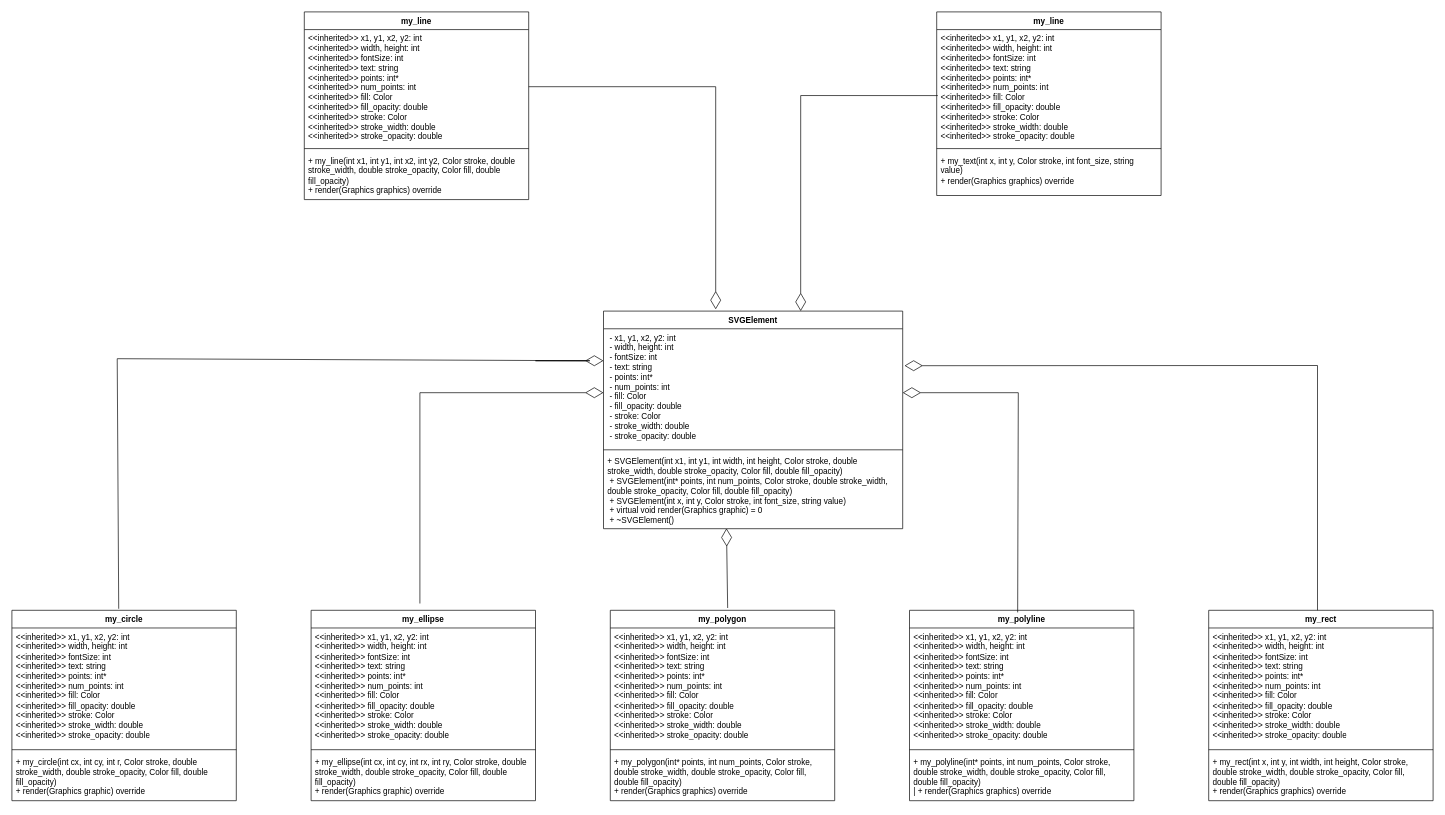
Above: Demo1.drawio in Low-rain-falls/SVG_reader (draw.io), before the change. Source tidied: cells renumbered, new cells numbered last; positions are measured from the earlier drawing's top-left corner, leaving out a move shared by most shapes. Both pictures are drawn from the tidied source at 68%, with x=0, y=0 at pixel (12, 12).
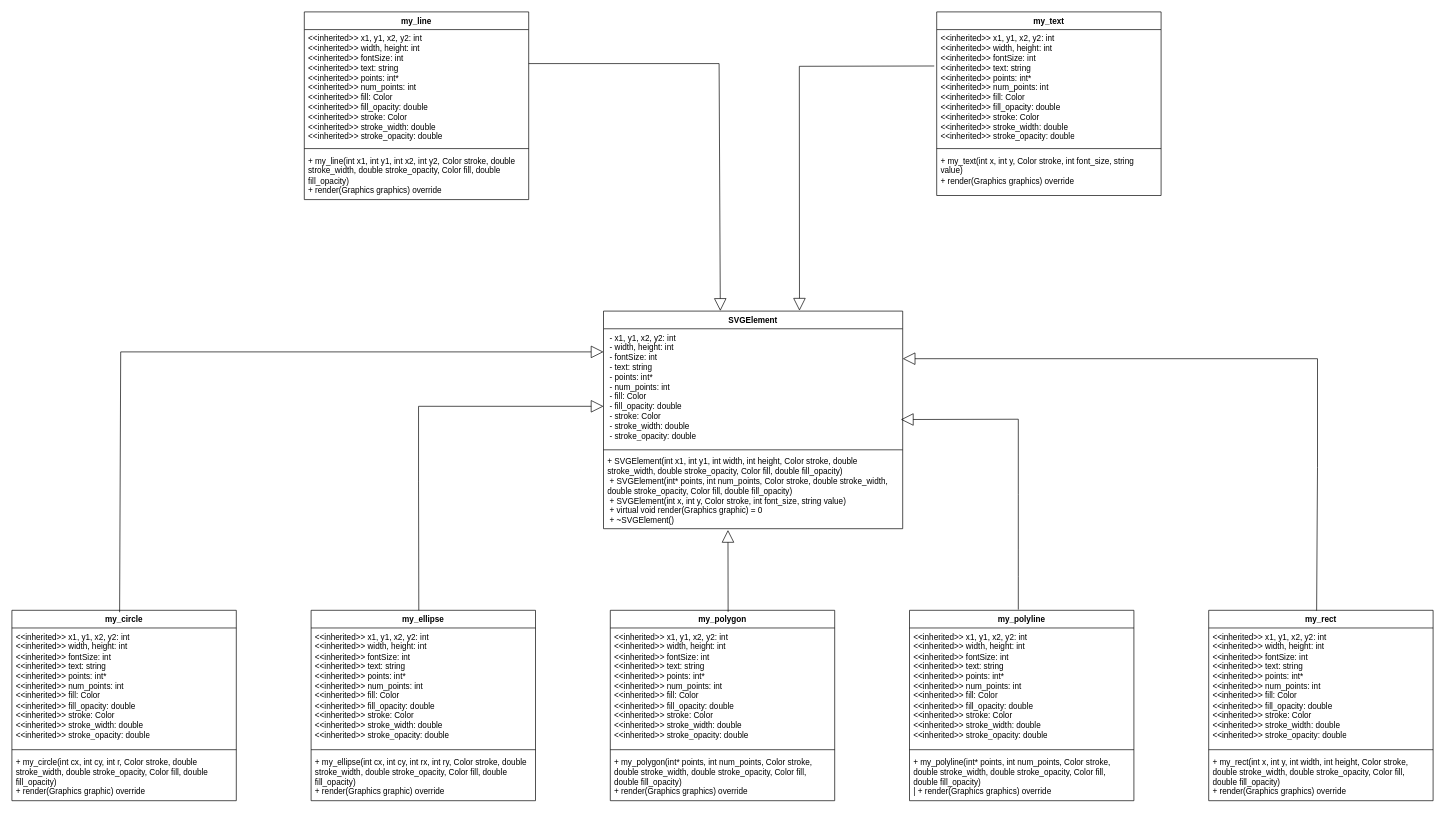
The same diagram, later.

The change refers to these unchanged cells:
```xml
<mxCell id="2" value="SVGElement" style="swimlane;fontStyle=1;align=center;verticalAlign=top;horizontal=1;startSize=26;whiteSpace=wrap;html=1;" parent="1" vertex="1">
  <mxGeometry x="870" y="440" width="440" height="320" as="geometry" />
</mxCell>
<mxCell id="3" value="&amp;nbsp;- x1, y1, x2, y2: int&lt;br style=&quot;padding: 0px; margin: 0px;&quot;&gt;&amp;nbsp;- width, height: int&lt;br style=&quot;padding: 0px; margin: 0px;&quot;&gt;&amp;nbsp;- fontSize: int&lt;br style=&quot;padding: 0px; margin: 0px;&quot;&gt;&amp;nbsp;- text: string&lt;br style=&quot;padding: 0px; margin: 0px;&quot;&gt;&amp;nbsp;- points: int*&lt;br style=&quot;padding: 0px; margin: 0px;&quot;&gt;&amp;nbsp;- num_points: int&lt;br style=&quot;padding: 0px; margin: 0px;&quot;&gt;&amp;nbsp;- fill: Color&lt;br style=&quot;padding: 0px; margin: 0px;&quot;&gt;&amp;nbsp;- fill_opacity: double&lt;br style=&quot;padding: 0px; margin: 0px;&quot;&gt;&amp;nbsp;- stroke: Color&lt;br style=&quot;padding: 0px; margin: 0px;&quot;&gt;&amp;nbsp;- stroke_width: double&lt;br style=&quot;padding: 0px; margin: 0px;&quot;&gt;&amp;nbsp;- stroke_opacity: double" style="text;strokeColor=none;fillColor=none;align=left;verticalAlign=top;spacingLeft=4;spacingRight=4;overflow=hidden;points=[[0,0.5],[1,0.5]];portConstraint=eastwest;whiteSpace=wrap;html=1;" parent="2" vertex="1">
  <mxGeometry y="26" width="440" height="174" as="geometry" />
</mxCell>
<mxCell id="5" value="+ SVGElement(int x1, int y1, int width, int height, Color stroke, double stroke_width, double stroke_opacity, Color fill, double fill_opacity)&lt;br style=&quot;padding: 0px; margin: 0px;&quot;&gt;&amp;nbsp;+ SVGElement(int* points, int num_points, Color stroke, double stroke_width, double stroke_opacity, Color fill, double fill_opacity)&lt;br style=&quot;padding: 0px; margin: 0px;&quot;&gt;&amp;nbsp;+ SVGElement(int x, int y, Color stroke, int font_size, string value)&lt;br style=&quot;padding: 0px; margin: 0px;&quot;&gt;&amp;nbsp;+ virtual void render(Graphics graphic) = 0&lt;br style=&quot;padding: 0px; margin: 0px;&quot;&gt;&amp;nbsp;+ ~SVGElement()" style="text;strokeColor=none;fillColor=none;align=left;verticalAlign=top;spacingLeft=4;spacingRight=4;overflow=hidden;points=[[0,0.5],[1,0.5]];portConstraint=eastwest;whiteSpace=wrap;html=1;" parent="2" vertex="1">
  <mxGeometry y="208" width="440" height="112" as="geometry" />
</mxCell>
<mxCell id="6" value="my_circle" style="swimlane;fontStyle=1;align=center;verticalAlign=top;horizontal=1;startSize=26;whiteSpace=wrap;html=1;" parent="1" vertex="1">
  <mxGeometry y="880" width="330" height="280" as="geometry" />
</mxCell>
<mxCell id="10" value="my_ellipse" style="swimlane;fontStyle=1;align=center;verticalAlign=top;horizontal=1;startSize=26;whiteSpace=wrap;html=1;" parent="1" vertex="1">
  <mxGeometry x="440" y="880" width="330" height="280" as="geometry" />
</mxCell>
<mxCell id="14" value="my_polygon" style="swimlane;fontStyle=1;align=center;verticalAlign=top;horizontal=1;startSize=26;whiteSpace=wrap;html=1;" parent="1" vertex="1">
  <mxGeometry x="880" y="880" width="330" height="280" as="geometry" />
</mxCell>
<mxCell id="18" value="my_polyline" style="swimlane;fontStyle=1;align=center;verticalAlign=top;horizontal=1;startSize=26;whiteSpace=wrap;html=1;" parent="1" vertex="1">
  <mxGeometry x="1320" y="880" width="330" height="280" as="geometry" />
</mxCell>
<mxCell id="22" value="my_rect" style="swimlane;fontStyle=1;align=center;verticalAlign=top;horizontal=1;startSize=26;whiteSpace=wrap;html=1;" parent="1" vertex="1">
  <mxGeometry x="1760" y="880" width="330" height="280" as="geometry" />
</mxCell>
<mxCell id="36" value="&amp;lt;&amp;lt;inherited&amp;gt;&amp;gt; x1, y1, x2, y2: int&lt;br style=&quot;padding: 0px; margin: 0px;&quot;&gt;&amp;lt;&amp;lt;inherited&amp;gt;&amp;gt; width, height: int&lt;br style=&quot;padding: 0px; margin: 0px;&quot;&gt;&amp;lt;&amp;lt;inherited&amp;gt;&amp;gt; fontSize: int&lt;br style=&quot;padding: 0px; margin: 0px;&quot;&gt;&amp;lt;&amp;lt;inherited&amp;gt;&amp;gt; text: string&lt;br style=&quot;padding: 0px; margin: 0px;&quot;&gt;&amp;lt;&amp;lt;inherited&amp;gt;&amp;gt; points: int*&lt;br style=&quot;padding: 0px; margin: 0px;&quot;&gt;&amp;lt;&amp;lt;inherited&amp;gt;&amp;gt; num_points: int&lt;br style=&quot;padding: 0px; margin: 0px;&quot;&gt;&amp;lt;&amp;lt;inherited&amp;gt;&amp;gt;&amp;nbsp;fill: Color&lt;br style=&quot;padding: 0px; margin: 0px;&quot;&gt;&amp;lt;&amp;lt;inherited&amp;gt;&amp;gt;&amp;nbsp;fill_opacity: double&lt;br style=&quot;padding: 0px; margin: 0px;&quot;&gt;&amp;lt;&amp;lt;inherited&amp;gt;&amp;gt;&amp;nbsp;stroke: Color&lt;br style=&quot;padding: 0px; margin: 0px;&quot;&gt;&amp;lt;&amp;lt;inherited&amp;gt;&amp;gt;&amp;nbsp;stroke_width: double&lt;br style=&quot;padding: 0px; margin: 0px;&quot;&gt;&amp;lt;&amp;lt;inherited&amp;gt;&amp;gt;&amp;nbsp;stroke_opacity: double" style="text;strokeColor=none;fillColor=none;align=left;verticalAlign=top;spacingLeft=4;spacingRight=4;overflow=hidden;points=[[0,0.5],[1,0.5]];portConstraint=eastwest;whiteSpace=wrap;html=1;" parent="35" vertex="1">
  <mxGeometry y="26" width="330" height="170" as="geometry" />
</mxCell>
```

Change to the diagram source:
```diff
@@
-    <mxCell id="26" style="endArrow=diamondThin;endFill=0;endSize=24;html=1;rounded=0;exitX=0.476;exitY=-0.008;exitDx=0;exitDy=0;entryX=0.023;entryY=0.77;entryDx=0;entryDy=0;entryPerimeter=0;exitPerimeter=0;" parent="1" edge="1" source="6">
-      <mxGeometry relative="1" as="geometry">
-        <mxPoint x="870" y="513" as="targetPoint" />
-        <Array as="points">
-          <mxPoint x="154.9" y="510" />
-          <mxPoint x="849.9" y="513" />
-          <mxPoint x="769.9" y="513" />
-        </Array>
-      </mxGeometry>
-    </mxCell>
-    <mxCell id="27" style="endArrow=diamondThin;endFill=0;endSize=24;html=1;rounded=0;" parent="1" edge="1">
-      <mxGeometry relative="1" as="geometry">
-        <mxPoint x="600" y="870" as="sourcePoint" />
-        <mxPoint x="870" y="560" as="targetPoint" />
-        <Array as="points">
-          <mxPoint x="600" y="560" />
-        </Array>
-      </mxGeometry>
-    </mxCell>
-    <mxCell id="28" style="endArrow=diamondThin;endFill=0;endSize=24;html=1;rounded=0;entryX=0.411;entryY=0.995;entryDx=0;entryDy=0;entryPerimeter=0;exitX=0.523;exitY=-0.012;exitDx=0;exitDy=0;exitPerimeter=0;" parent="1" edge="1" source="14" target="5">
-      <mxGeometry relative="1" as="geometry" />
-    </mxCell>
-    <mxCell id="29" style="endArrow=diamondThin;endFill=0;endSize=24;html=1;rounded=0;exitX=0.482;exitY=0.011;exitDx=0;exitDy=0;exitPerimeter=0;" parent="1" edge="1" source="18">
-      <mxGeometry relative="1" as="geometry">
-        <mxPoint x="1310" y="560" as="targetPoint" />
-        <Array as="points">
-          <mxPoint x="1480" y="560" />
-        </Array>
-      </mxGeometry>
-    </mxCell>
-    <mxCell id="30" style="endArrow=diamondThin;endFill=0;endSize=24;html=1;rounded=0;entryX=1.006;entryY=0.312;entryDx=0;entryDy=0;entryPerimeter=0;" parent="1" edge="1" target="3">
-      <mxGeometry relative="1" as="geometry">
-        <mxPoint x="1920" y="880" as="sourcePoint" />
-        <Array as="points">
-          <mxPoint x="1920" y="520" />
-        </Array>
-      </mxGeometry>
-    </mxCell>
@@
-    <mxCell id="35" value="my_line" style="swimlane;fontStyle=1;align=center;verticalAlign=top;horizontal=1;startSize=26;whiteSpace=wrap;html=1;" parent="1" vertex="1">
+    <mxCell id="35" value="my_text&lt;div&gt;&lt;br&gt;&lt;/div&gt;" style="swimlane;fontStyle=1;align=center;verticalAlign=top;horizontal=1;startSize=26;whiteSpace=wrap;html=1;" parent="1" vertex="1">
       <mxGeometry x="1360" width="330" height="270" as="geometry" />
     </mxCell>
@@
-    <mxCell id="39" style="endArrow=diamondThin;endFill=0;endSize=24;html=1;rounded=0;entryX=0.375;entryY=-0.008;entryDx=0;entryDy=0;entryPerimeter=0;" parent="1" edge="1" target="2">
-      <mxGeometry relative="1" as="geometry">
-        <mxPoint x="760" y="110" as="sourcePoint" />
-        <Array as="points">
-          <mxPoint x="1035" y="110" />
-        </Array>
-      </mxGeometry>
-    </mxCell>
+    <mxCell id="41" style="endArrow=block;endSize=16;endFill=0;html=1;rounded=0;exitX=0.48;exitY=0.01;exitDx=0;exitDy=0;exitPerimeter=0;" parent="1" edge="1" source="6">
+      <mxGeometry x="-0.01" relative="1" as="geometry">
+        <mxPoint x="870" y="500" as="targetPoint" />
+        <Array as="points">
+          <mxPoint x="160" y="500" />
+        </Array>
+      </mxGeometry>
+    </mxCell>
+    <mxCell id="42" style="endArrow=block;endSize=16;endFill=0;html=1;rounded=0;exitX=0.48;exitY=0;exitDx=0;exitDy=0;exitPerimeter=0;" parent="1" edge="1" source="10">
+      <mxGeometry x="-0.01" relative="1" as="geometry">
+        <mxPoint x="870" y="580" as="targetPoint" />
+        <Array as="points">
+          <mxPoint x="598" y="690" />
+          <mxPoint x="598" y="580" />
+        </Array>
+      </mxGeometry>
+    </mxCell>
+    <mxCell id="28" style="endArrow=block;endSize=16;endFill=0;html=1;rounded=0;entryX=0.416;entryY=1.017;entryDx=0;entryDy=0;entryPerimeter=0;exitX=0.525;exitY=0.008;exitDx=0;exitDy=0;exitPerimeter=0;" parent="1" edge="1" source="14" target="5">
+      <mxGeometry x="-0.01" relative="1" as="geometry" />
+    </mxCell>
+    <mxCell id="43" style="endArrow=block;endSize=16;endFill=0;html=1;rounded=0;entryX=0.994;entryY=0.767;entryDx=0;entryDy=0;entryPerimeter=0;" parent="1" edge="1" target="3">
+      <mxGeometry x="-0.01" relative="1" as="geometry">
+        <mxPoint x="1480" y="879" as="sourcePoint" />
+        <Array as="points">
+          <mxPoint x="1480" y="830" />
+          <mxPoint x="1480" y="790" />
+          <mxPoint x="1480" y="710" />
+          <mxPoint x="1480" y="599" />
+        </Array>
+      </mxGeometry>
+    </mxCell>
+    <mxCell id="44" style="endArrow=block;endSize=16;endFill=0;html=1;rounded=0;entryX=0.994;entryY=0.767;entryDx=0;entryDy=0;entryPerimeter=0;exitX=0.481;exitY=0.002;exitDx=0;exitDy=0;exitPerimeter=0;" parent="1" edge="1" source="22">
+      <mxGeometry x="-0.01" relative="1" as="geometry">
+        <mxPoint x="1310" y="510" as="targetPoint" />
+        <Array as="points">
+          <mxPoint x="1920" y="670" />
+          <mxPoint x="1920" y="510" />
+        </Array>
+      </mxGeometry>
+    </mxCell>
+    <mxCell id="45" style="endArrow=block;endSize=16;endFill=0;html=1;rounded=0;exitX=0.998;exitY=0.275;exitDx=0;exitDy=0;exitPerimeter=0;entryX=0.389;entryY=-0.011;entryDx=0;entryDy=0;entryPerimeter=0;" parent="1" edge="1">
+      <mxGeometry x="-0.01" relative="1" as="geometry">
+        <mxPoint x="760" y="76" as="sourcePoint" />
+        <mxPoint x="1041.8" y="439.7" as="targetPoint" />
+        <Array as="points">
+          <mxPoint x="1040" y="76" />
+        </Array>
+      </mxGeometry>
+    </mxCell>
-    <mxCell id="40" style="endArrow=diamondThin;endFill=0;endSize=24;html=1;rounded=0;exitX=0.005;exitY=0.571;exitDx=0;exitDy=0;exitPerimeter=0;entryX=0.659;entryY=0;entryDx=0;entryDy=0;entryPerimeter=0;" parent="1" edge="1" source="36" target="2">
-      <mxGeometry relative="1" as="geometry">
+    <mxCell id="40" style="endArrow=block;endSize=16;endFill=0;html=1;rounded=0;exitX=-0.011;exitY=0.315;exitDx=0;exitDy=0;exitPerimeter=0;entryX=0.655;entryY=-0.002;entryDx=0;entryDy=0;entryPerimeter=0;" parent="1" edge="1" source="36" target="2">
+      <mxGeometry x="-0.01" relative="1" as="geometry">
         <Array as="points">
-          <mxPoint x="1160" y="123" />
+          <mxPoint x="1158" y="80" />
         </Array>
       </mxGeometry>
     </mxCell>
```
